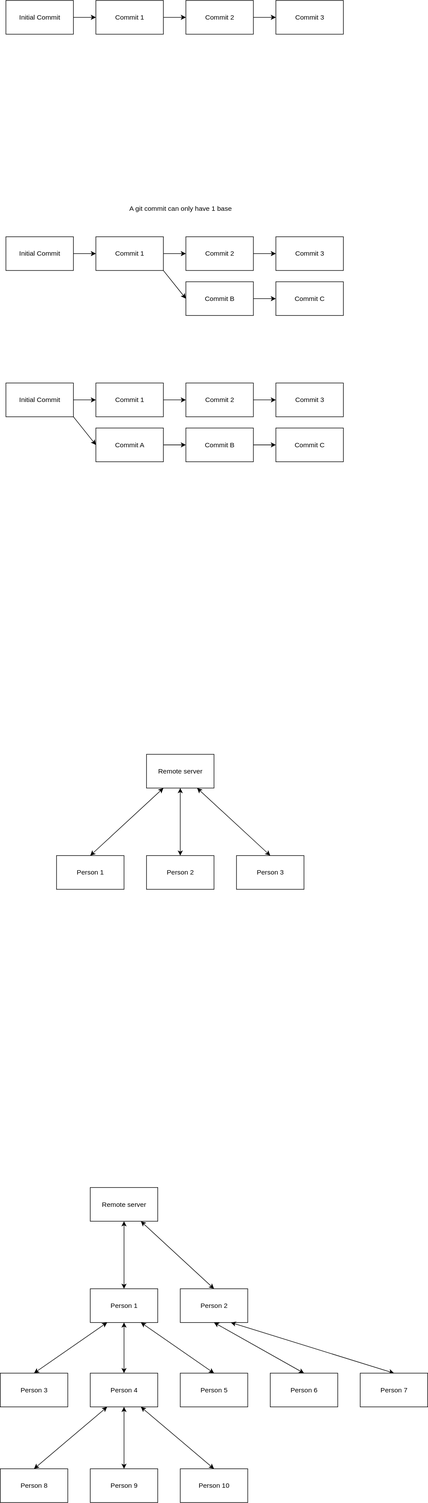
Above: teaching git.drawio.svg in mowinckel107/teaching_git (draw.io), before the change. Source tidied: cells renumbered, new cells last; positions are measured from the earlier drawing's top-left corner, leaving out a move shared by most shapes.
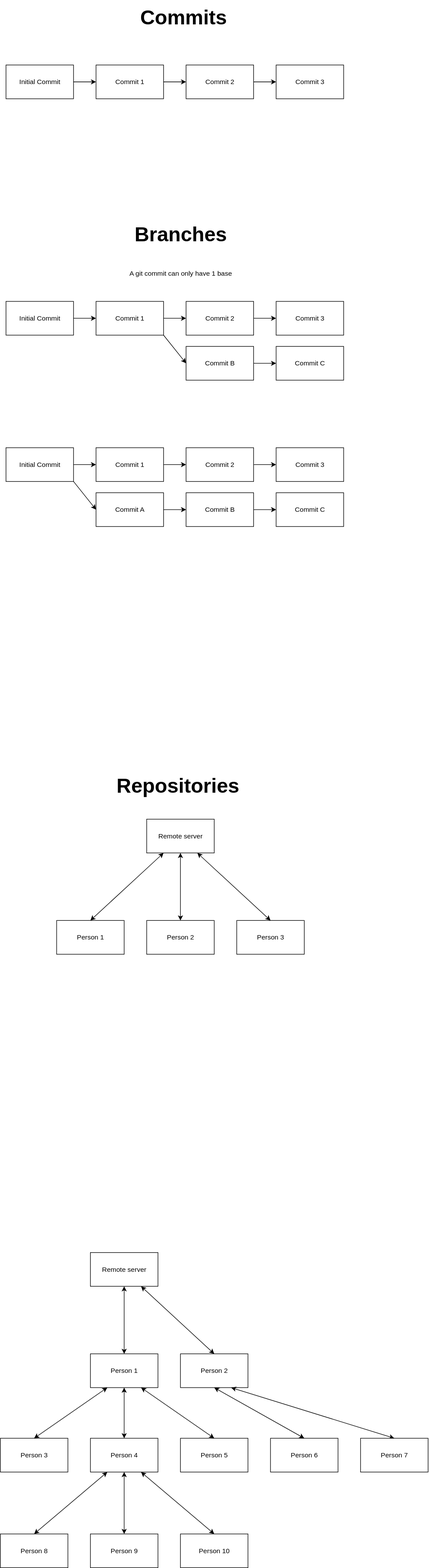
Later version of the same file.

Commit message:
added more plans and drawing

What changed in the source:
```diff
@@ -182,5 +182,14 @@
     <mxCell id="61" value="A git commit can only have 1 base" style="text;html=1;align=center;verticalAlign=middle;strokeColor=none;fillColor=none;" parent="1" vertex="1">
       <mxGeometry x="215" y="355" width="210" height="30" as="geometry" />
     </mxCell>
+    <mxCell id="62" value="&lt;b&gt;Commits&lt;/b&gt;" style="text;html=1;align=center;verticalAlign=middle;strokeColor=none;fillColor=none;fontSize=36;" parent="1" vertex="1">
+      <mxGeometry x="235" y="-115" width="180" height="60" as="geometry" />
+    </mxCell>
+    <mxCell id="63" value="&lt;b&gt;Branches&lt;/b&gt;" style="text;html=1;align=center;verticalAlign=middle;strokeColor=none;fillColor=none;fontSize=36;" parent="1" vertex="1">
+      <mxGeometry x="225" y="270" width="190" height="60" as="geometry" />
+    </mxCell>
+    <mxCell id="64" value="&lt;b&gt;Repositories&lt;/b&gt;" style="text;html=1;align=center;verticalAlign=middle;strokeColor=none;fillColor=none;fontSize=36;" parent="1" vertex="1">
+      <mxGeometry x="195" y="1250" width="240" height="60" as="geometry" />
+    </mxCell>
   </root>
 </mxGraphModel>
```
